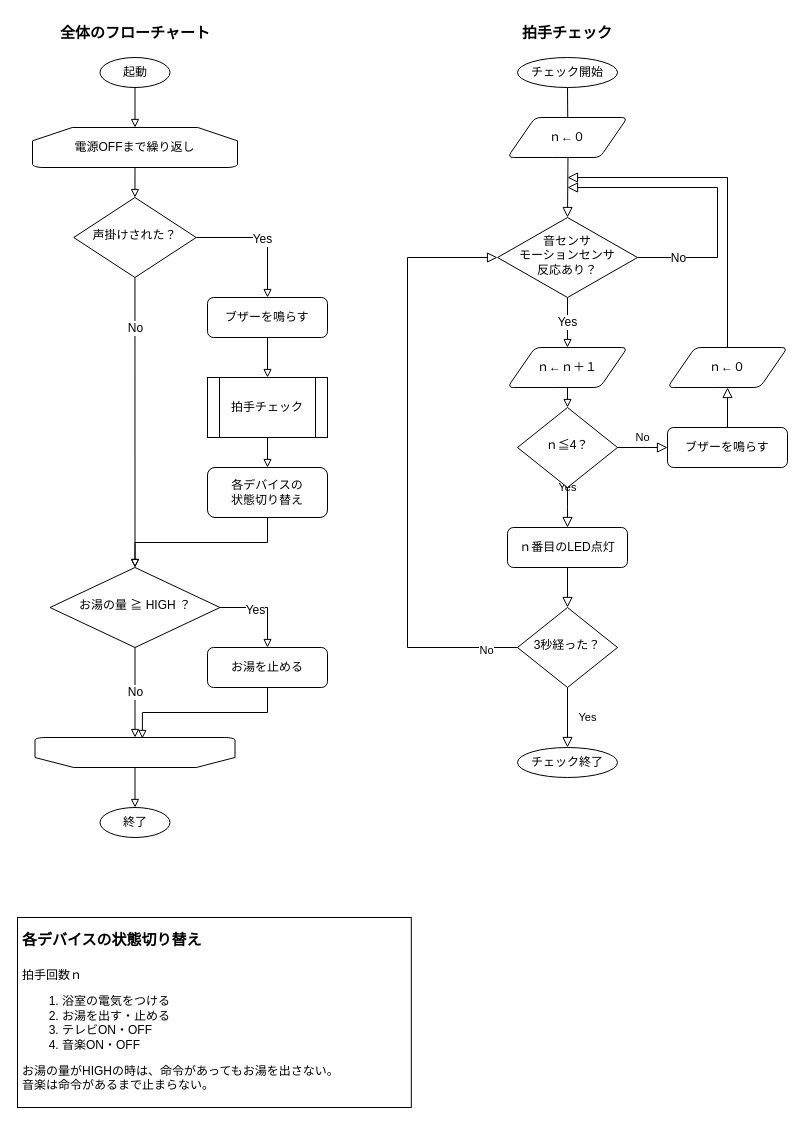
Above: page "flow chart" (2 of 3) of SmartBath.drawio in AK-8420/documents_2021_Arduino_arch (draw.io), before the change. Source tidied: cells renumbered, new cells numbered last; positions are measured from the earlier drawing's top-left corner, leaving out a move shared by most shapes. Both pictures are drawn from the tidied source at 100%, with x=0, y=0 at pixel (17, 17).
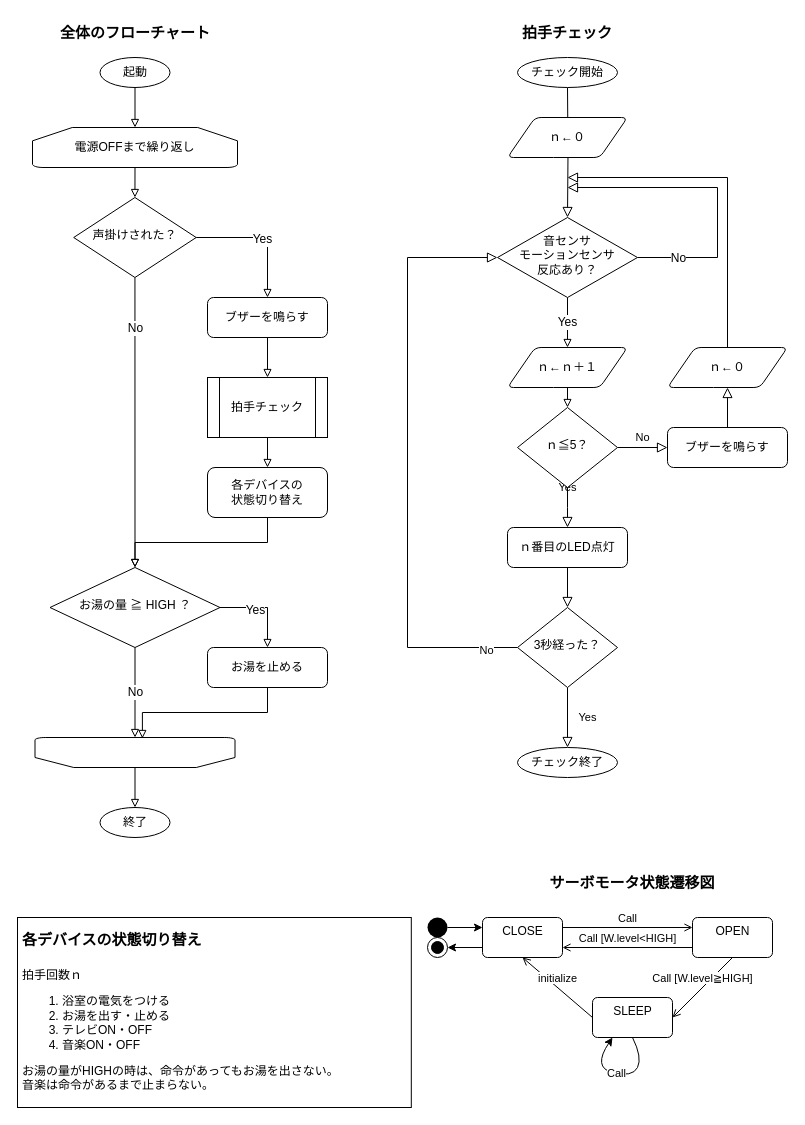
The same diagram, later.

Diff of the diagram source:
```diff
@@
-    <mxCell id="4" value="ｎ≦4？" style="rhombus;whiteSpace=wrap;html=1;shadow=0;fontFamily=Helvetica;fontSize=12;align=center;strokeWidth=1;spacing=6;spacingTop=-4;" parent="1" vertex="1">
+    <mxCell id="4" value="ｎ≦5？" style="rhombus;whiteSpace=wrap;html=1;shadow=0;fontFamily=Helvetica;fontSize=12;align=center;strokeWidth=1;spacing=6;spacingTop=-4;" parent="1" vertex="1">
       <mxGeometry x="500" y="390" width="100" height="80" as="geometry" />
     </mxCell>
@@
+    <mxCell id="51" style="edgeStyle=orthogonalEdgeStyle;rounded=0;jettySize=auto;html=1;exitX=1;exitY=0.5;exitDx=0;exitDy=0;entryX=0;entryY=0.25;entryDx=0;entryDy=0;" parent="1" edge="1" source="52" target="55">
+      <mxGeometry relative="1" as="geometry" />
+    </mxCell>
+    <mxCell id="52" style="ellipse;fillColor=#000000;strokeColor=none;" parent="1" vertex="1">
+      <mxGeometry x="410" y="900" width="20" height="20" as="geometry" />
+    </mxCell>
+    <mxCell id="53" style="ellipse;html=1;shape=endState;fillColor=#000000;strokeColor=#000000;" parent="1" vertex="1">
+      <mxGeometry x="410" y="920" width="20" height="20" as="geometry" />
+    </mxCell>
+    <mxCell id="54" style="edgeStyle=orthogonalEdgeStyle;rounded=0;jettySize=auto;html=1;exitX=0;exitY=0.75;exitDx=0;exitDy=0;entryX=1;entryY=0.5;entryDx=0;entryDy=0;" parent="1" edge="1" source="55" target="53">
+      <mxGeometry relative="1" as="geometry" />
+    </mxCell>
+    <mxCell id="55" value="CLOSE" style="html=1;align=center;verticalAlign=top;rounded=1;absoluteArcSize=1;arcSize=10;dashed=0;strokeColor=default;" parent="1" vertex="1">
+      <mxGeometry x="465" y="900" width="80" height="40" as="geometry" />
+    </mxCell>
+    <mxCell id="56" value="OPEN" style="html=1;align=center;verticalAlign=top;rounded=1;absoluteArcSize=1;arcSize=10;dashed=0;strokeColor=default;" parent="1" vertex="1">
+      <mxGeometry x="675" y="900" width="80" height="40" as="geometry" />
+    </mxCell>
+    <mxCell id="57" value="Call" style="endArrow=open;html=1;rounded=0;align=center;verticalAlign=bottom;endFill=0;labelBackgroundColor=none;exitX=1;exitY=0.25;exitDx=0;exitDy=0;entryX=0;entryY=0.25;entryDx=0;entryDy=0;" parent="1" edge="1" source="55" target="56">
+      <mxGeometry relative="1" as="geometry" />
+    </mxCell>
+    <mxCell id="58" value="Call [W.level&amp;lt;HIGH]" style="endArrow=open;html=1;rounded=0;align=center;verticalAlign=bottom;endFill=0;labelBackgroundColor=none;exitX=0;exitY=0.75;exitDx=0;exitDy=0;entryX=1;entryY=0.75;entryDx=0;entryDy=0;" parent="1" edge="1">
+      <mxGeometry relative="1" as="geometry">
+        <mxPoint x="675" y="930" as="sourcePoint" />
+        <mxPoint x="545" y="930" as="targetPoint" />
+      </mxGeometry>
+    </mxCell>
+    <mxCell id="59" value="SLEEP" style="html=1;align=center;verticalAlign=top;rounded=1;absoluteArcSize=1;arcSize=10;dashed=0;strokeColor=default;" parent="1" vertex="1">
+      <mxGeometry x="575" y="980" width="80" height="40" as="geometry" />
+    </mxCell>
+    <mxCell id="60" value="&lt;span style=&quot;background-color: rgb(255 , 255 , 255)&quot;&gt;Call [W.level≧HIGH]&lt;/span&gt;" style="endArrow=open;html=1;rounded=0;align=center;verticalAlign=bottom;endFill=0;labelBackgroundColor=none;exitX=0.5;exitY=1;exitDx=0;exitDy=0;entryX=1;entryY=0.5;entryDx=0;entryDy=0;" parent="1" edge="1" source="56" target="59">
+      <mxGeometry relative="1" as="geometry" />
+    </mxCell>
+    <mxCell id="61" value="&lt;span style=&quot;background-color: rgb(255 , 255 , 255)&quot;&gt;initialize&lt;/span&gt;" style="endArrow=open;html=1;rounded=0;align=center;verticalAlign=bottom;endFill=0;labelBackgroundColor=none;exitX=0;exitY=0.5;exitDx=0;exitDy=0;entryX=0.5;entryY=1;entryDx=0;entryDy=0;" parent="1" edge="1" source="59" target="55">
+      <mxGeometry relative="1" as="geometry" />
+    </mxCell>
+    <mxCell id="62" value="Call" style="curved=1;endArrow=classic;html=1;rounded=0;labelBackgroundColor=#FFFFFF;exitX=0.5;exitY=1;exitDx=0;exitDy=0;entryX=0.25;entryY=1;entryDx=0;entryDy=0;" parent="1" edge="1" source="59" target="59">
+      <mxGeometry relative="1" as="geometry">
+        <Array as="points">
+          <mxPoint x="625" y="1040" />
+          <mxPoint x="615" y="1060" />
+          <mxPoint x="575" y="1050" />
+        </Array>
+      </mxGeometry>
+    </mxCell>
+    <mxCell id="63" value="&lt;span style=&quot;font-size: 15px&quot;&gt;&lt;b&gt;サーボモータ状態遷移図&lt;/b&gt;&lt;/span&gt;" style="text;html=1;strokeColor=none;fillColor=none;align=center;verticalAlign=middle;whiteSpace=wrap;rounded=0;" parent="1" vertex="1">
+      <mxGeometry x="520" y="850" width="190" height="30" as="geometry" />
+    </mxCell>
```
